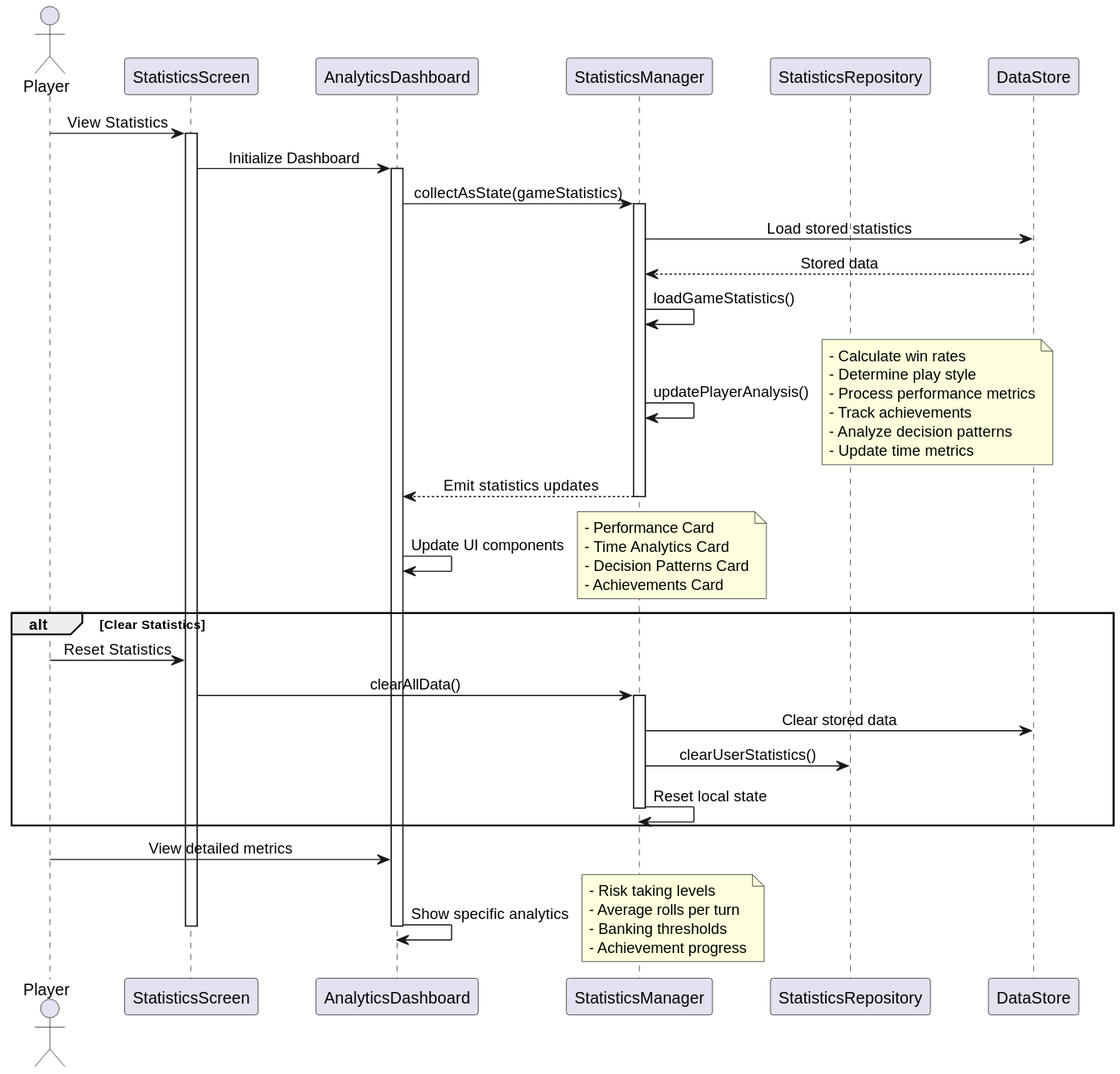
Above: uml/render/analysis_flow.svg in Mayokun-Sofowora/kavi-documentation (PlantUML), before the change.
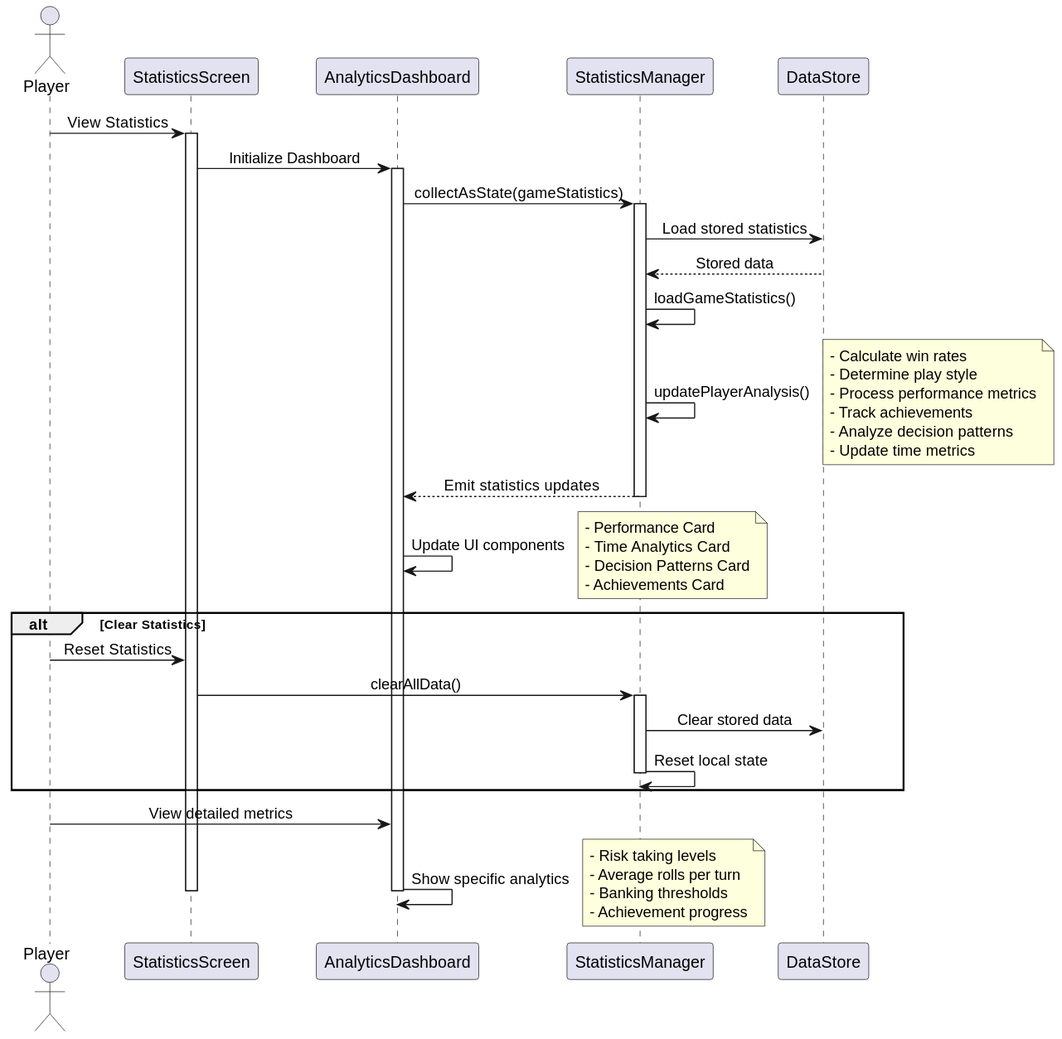
The same diagram one commit later.

Diff of the diagram source:
```diff
@@ -6,7 +6,6 @@
 participant "StatisticsScreen" as StatsUI
 participant "AnalyticsDashboard" as Dashboard
 participant "StatisticsManager" as Stats
-participant "StatisticsRepository" as Repo
 participant "DataStore" as Store
 
 Player -> StatsUI: View Statistics
@@ -48,7 +47,6 @@
     StatsUI -> Stats: clearAllData()
     activate Stats
     Stats -> Store: Clear stored data
-    Stats -> Repo: clearUserStatistics()
     Stats -> Stats: Reset local state
     deactivate Stats
 end
```
